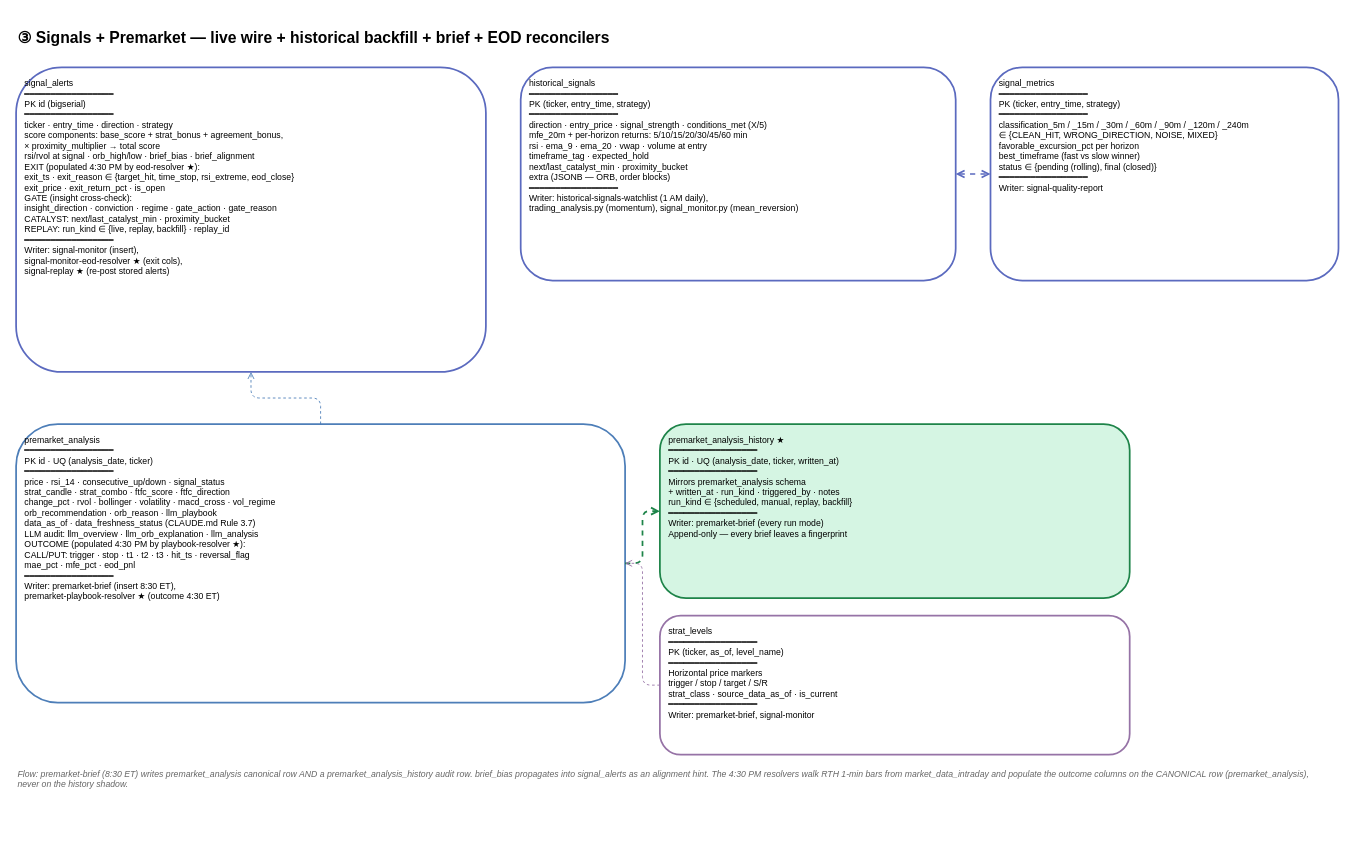
Earlier version of the draw.io diagram page "③ Signals + Premarket" (3 of 6) of ERD.drawio (TeneikaAskew/stocks). Source tidied: cells renumbered, new cells numbered last; positions are measured from the earlier drawing's top-left corner, leaving out a move shared by most shapes. Both pictures are drawn from the tidied source at 87%, with x=0, y=0 at pixel (16, 23).
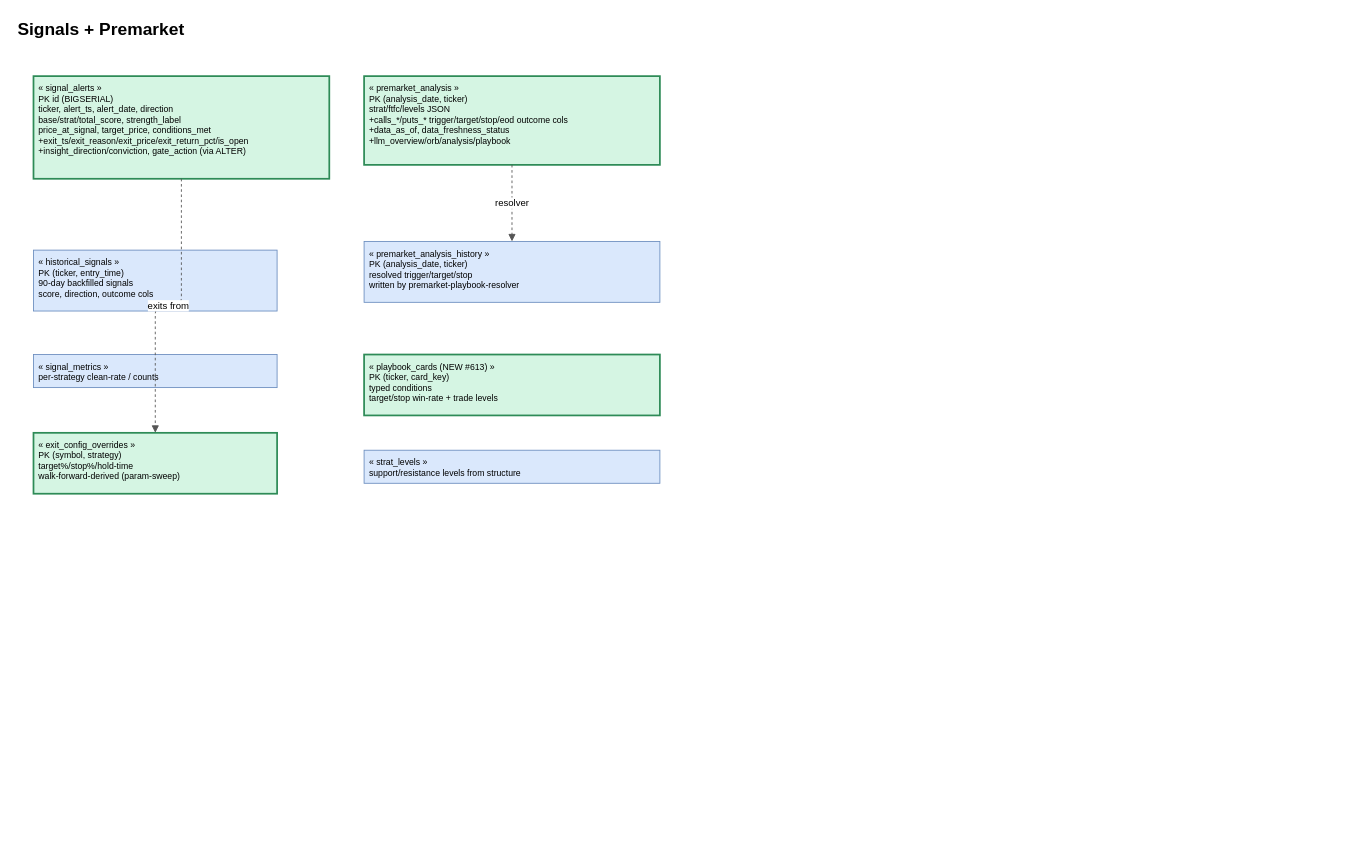
The same diagram, later.

What changed in the source:
```diff
@@
 <mxGraphModel>
   <root>
     <mxCell id="0" />
     <mxCell id="1" parent="0" />
-    <mxCell id="2" value="③ Signals + Premarket — live wire + historical backfill + brief + EOD reconcilers" style="text;html=1;strokeColor=none;fillColor=none;align=left;verticalAlign=middle;whiteSpace=wrap;rounded=0;fontSize=18;fontStyle=1;" parent="1" vertex="1">
-      <mxGeometry width="1520" height="32" as="geometry" />
-    </mxCell>
-    <mxCell id="3" value="signal_alerts&#10;━━━━━━━━━━━━━━━━━&#10;PK id (bigserial)&#10;━━━━━━━━━━━━━━━━━&#10;ticker · entry_time · direction · strategy&#10;score components: base_score + strat_bonus + agreement_bonus,&#10;  × proximity_multiplier → total score&#10;rsi/rvol at signal · orb_high/low · brief_bias · brief_alignment&#10;EXIT (populated 4:30 PM by eod-resolver ★):&#10;  exit_ts · exit_reason ∈ {target_hit, time_stop, rsi_extreme, eod_close}&#10;  exit_price · exit_return_pct · is_open&#10;GATE (insight cross-check):&#10;  insight_direction · conviction · regime · gate_action · gate_reason&#10;CATALYST: next/last_catalyst_min · proximity_bucket&#10;REPLAY: run_kind ∈ {live, replay, backfill} · replay_id&#10;━━━━━━━━━━━━━━━━━&#10;Writer: signal-monitor (insert),&#10;  signal-monitor-eod-resolver ★ (exit cols),&#10;  signal-replay ★ (re-post stored alerts)" style="rounded=1;whiteSpace=wrap;html=1;fillColor=#ffffff;strokeColor=#5b6abf;strokeWidth=2;fontSize=10;align=left;verticalAlign=top;spacingLeft=8;spacingTop=6;" parent="1" vertex="1">
-      <mxGeometry y="50" width="540" height="350" as="geometry" />
-    </mxCell>
-    <mxCell id="4" value="historical_signals&#10;━━━━━━━━━━━━━━━━━&#10;PK (ticker, entry_time, strategy)&#10;━━━━━━━━━━━━━━━━━&#10;direction · entry_price · signal_strength · conditions_met (X/5)&#10;mfe_20m + per-horizon returns: 5/10/15/20/30/45/60 min&#10;rsi · ema_9 · ema_20 · vwap · volume at entry&#10;timeframe_tag · expected_hold&#10;next/last_catalyst_min · proximity_bucket&#10;extra (JSONB — ORB, order blocks)&#10;━━━━━━━━━━━━━━━━━&#10;Writer: historical-signals-watchlist (1 AM daily),&#10;  trading_analysis.py (momentum), signal_monitor.py (mean_reversion)" style="rounded=1;whiteSpace=wrap;html=1;fillColor=#ffffff;strokeColor=#5b6abf;strokeWidth=2;fontSize=10;align=left;verticalAlign=top;spacingLeft=8;spacingTop=6;" parent="1" vertex="1">
-      <mxGeometry x="580" y="50" width="500" height="245" as="geometry" />
-    </mxCell>
-    <mxCell id="5" value="signal_metrics&#10;━━━━━━━━━━━━━━━━━&#10;PK (ticker, entry_time, strategy)&#10;━━━━━━━━━━━━━━━━━&#10;classification_5m / _15m / _30m / _60m / _90m / _120m / _240m&#10;  ∈ {CLEAN_HIT, WRONG_DIRECTION, NOISE, MIXED}&#10;favorable_excursion_pct per horizon&#10;best_timeframe (fast vs slow winner)&#10;status ∈ {pending (rolling), final (closed)}&#10;━━━━━━━━━━━━━━━━━&#10;Writer: signal-quality-report" style="rounded=1;whiteSpace=wrap;html=1;fillColor=#ffffff;strokeColor=#5b6abf;strokeWidth=2;fontSize=10;align=left;verticalAlign=top;spacingLeft=8;spacingTop=6;" parent="1" vertex="1">
-      <mxGeometry x="1120" y="50" width="400" height="245" as="geometry" />
-    </mxCell>
-    <mxCell id="6" value="premarket_analysis&#10;━━━━━━━━━━━━━━━━━&#10;PK id · UQ (analysis_date, ticker)&#10;━━━━━━━━━━━━━━━━━&#10;price · rsi_14 · consecutive_up/down · signal_status&#10;strat_candle · strat_combo · ftfc_score · ftfc_direction&#10;change_pct · rvol · bollinger · volatility · macd_cross · vol_regime&#10;orb_recommendation · orb_reason · llm_playbook&#10;data_as_of · data_freshness_status (CLAUDE.md Rule 3.7)&#10;LLM audit: llm_overview · llm_orb_explanation · llm_analysis&#10;OUTCOME (populated 4:30 PM by playbook-resolver ★):&#10;  CALL/PUT: trigger · stop · t1 · t2 · t3 · hit_ts · reversal_flag&#10;  mae_pct · mfe_pct · eod_pnl&#10;━━━━━━━━━━━━━━━━━&#10;Writer: premarket-brief (insert 8:30 ET),&#10;  premarket-playbook-resolver ★ (outcome 4:30 ET)" style="rounded=1;whiteSpace=wrap;html=1;fillColor=#ffffff;strokeColor=#4d7eb8;strokeWidth=2;fontSize=10;align=left;verticalAlign=top;spacingLeft=8;spacingTop=6;" parent="1" vertex="1">
-      <mxGeometry y="460" width="700" height="320" as="geometry" />
-    </mxCell>
-    <mxCell id="7" value="premarket_analysis_history  ★&#10;━━━━━━━━━━━━━━━━━&#10;PK id · UQ (analysis_date, ticker, written_at)&#10;━━━━━━━━━━━━━━━━━&#10;Mirrors premarket_analysis schema&#10;+ written_at · run_kind · triggered_by · notes&#10;run_kind ∈ {scheduled, manual, replay, backfill}&#10;━━━━━━━━━━━━━━━━━&#10;Writer: premarket-brief (every run mode)&#10;Append-only — every brief leaves a fingerprint" style="rounded=1;whiteSpace=wrap;html=1;fillColor=#d5f5e3;strokeColor=#1e8449;strokeWidth=2;fontSize=10;align=left;verticalAlign=top;spacingLeft=8;spacingTop=6;" parent="1" vertex="1">
-      <mxGeometry x="740" y="460" width="540" height="200" as="geometry" />
-    </mxCell>
-    <mxCell id="8" value="strat_levels&#10;━━━━━━━━━━━━━━━━━&#10;PK (ticker, as_of, level_name)&#10;━━━━━━━━━━━━━━━━━&#10;Horizontal price markers&#10;trigger / stop / target / S/R&#10;strat_class · source_data_as_of · is_current&#10;━━━━━━━━━━━━━━━━━&#10;Writer: premarket-brief, signal-monitor" style="rounded=1;whiteSpace=wrap;html=1;fillColor=#ffffff;strokeColor=#9673a6;strokeWidth=2;fontSize=10;align=left;verticalAlign=top;spacingLeft=8;spacingTop=6;" parent="1" vertex="1">
-      <mxGeometry x="740" y="680" width="540" height="160" as="geometry" />
-    </mxCell>
-    <mxCell id="9" style="endArrow=open;startArrow=open;html=1;edgeStyle=orthogonalEdgeStyle;rounded=1;strokeColor=#5b6abf;strokeWidth=2;dashed=1;" parent="1" edge="1" source="4" target="5">
-      <mxGeometry relative="1" as="geometry" />
-    </mxCell>
-    <mxCell id="10" style="endArrow=open;html=1;edgeStyle=orthogonalEdgeStyle;rounded=1;strokeColor=#1e8449;dashed=1;strokeWidth=2;" parent="1" edge="1" source="6" target="7">
-      <mxGeometry relative="1" as="geometry" />
-    </mxCell>
-    <mxCell id="11" style="endArrow=open;html=1;edgeStyle=orthogonalEdgeStyle;rounded=1;strokeColor=#9673a6;dashed=1;" parent="1" edge="1" source="8" target="6">
-      <mxGeometry relative="1" as="geometry" />
-    </mxCell>
-    <mxCell id="12" style="endArrow=open;html=1;edgeStyle=orthogonalEdgeStyle;rounded=1;strokeColor=#4d7eb8;dashed=1;" parent="1" edge="1" source="6" target="3">
-      <mxGeometry relative="1" as="geometry" />
-    </mxCell>
-    <mxCell id="13" value="Flow: premarket-brief (8:30 ET) writes premarket_analysis canonical row AND a premarket_analysis_history audit row. brief_bias propagates into signal_alerts as an alignment hint. The 4:30 PM resolvers walk RTH 1-min bars from market_data_intraday and populate the outcome columns on the CANONICAL row (premarket_analysis), never on the history shadow." style="text;html=1;strokeColor=none;fillColor=none;align=left;verticalAlign=top;whiteSpace=wrap;rounded=0;fontSize=10;fontColor=#666;fontStyle=2;" parent="1" vertex="1">
-      <mxGeometry y="850" width="1500" height="100" as="geometry" />
-    </mxCell>
+    <mxCell id="14" value="Signals + Premarket" style="text;html=1;strokeColor=none;fillColor=none;align=left;verticalAlign=middle;fontSize=20;fontStyle=1;" parent="1" vertex="1">
+      <mxGeometry y="-10" width="700" height="30" as="geometry" />
+    </mxCell>
+    <mxCell id="15" value="« signal_alerts »&lt;br&gt;PK id (BIGSERIAL)&lt;br&gt;ticker, alert_ts, alert_date, direction&lt;br&gt;base/strat/total_score, strength_label&lt;br&gt;price_at_signal, target_price, conditions_met&lt;br&gt;+exit_ts/exit_reason/exit_price/exit_return_pct/is_open&lt;br&gt;+insight_direction/conviction, gate_action (via ALTER)" style="rounded=0;whiteSpace=wrap;html=1;fillColor=#d5f5e3;strokeColor=#2e8b57;strokeWidth=2;align=left;verticalAlign=top;spacingLeft=4;spacingTop=2;fontSize=10;" parent="1" vertex="1">
+      <mxGeometry x="20" y="60" width="340" height="118" as="geometry" />
+    </mxCell>
+    <mxCell id="16" value="« historical_signals »&lt;br&gt;PK (ticker, entry_time)&lt;br&gt;90-day backfilled signals&lt;br&gt;score, direction, outcome cols" style="rounded=0;whiteSpace=wrap;html=1;fillColor=#dae8fc;strokeColor=#6c8ebf;align=left;verticalAlign=top;spacingLeft=4;spacingTop=2;fontSize=10;" parent="1" vertex="1">
+      <mxGeometry x="20" y="260" width="280" height="70" as="geometry" />
+    </mxCell>
+    <mxCell id="17" value="« signal_metrics »&lt;br&gt;per-strategy clean-rate / counts" style="rounded=0;whiteSpace=wrap;html=1;fillColor=#dae8fc;strokeColor=#6c8ebf;align=left;verticalAlign=top;spacingLeft=4;spacingTop=2;fontSize=10;" parent="1" vertex="1">
+      <mxGeometry x="20" y="380" width="280" height="38" as="geometry" />
+    </mxCell>
+    <mxCell id="18" value="« exit_config_overrides »&lt;br&gt;PK (symbol, strategy)&lt;br&gt;target%/stop%/hold-time&lt;br&gt;walk-forward-derived (param-sweep)" style="rounded=0;whiteSpace=wrap;html=1;fillColor=#d5f5e3;strokeColor=#2e8b57;strokeWidth=2;align=left;verticalAlign=top;spacingLeft=4;spacingTop=2;fontSize=10;" parent="1" vertex="1">
+      <mxGeometry x="20" y="470" width="280" height="70" as="geometry" />
+    </mxCell>
+    <mxCell id="19" value="« premarket_analysis »&lt;br&gt;PK (analysis_date, ticker)&lt;br&gt;strat/ftfc/levels JSON&lt;br&gt;+calls_*/puts_* trigger/target/stop/eod outcome cols&lt;br&gt;+data_as_of, data_freshness_status&lt;br&gt;+llm_overview/orb/analysis/playbook" style="rounded=0;whiteSpace=wrap;html=1;fillColor=#d5f5e3;strokeColor=#2e8b57;strokeWidth=2;align=left;verticalAlign=top;spacingLeft=4;spacingTop=2;fontSize=10;" parent="1" vertex="1">
+      <mxGeometry x="400" y="60" width="340" height="102" as="geometry" />
+    </mxCell>
+    <mxCell id="20" value="« premarket_analysis_history »&lt;br&gt;PK (analysis_date, ticker)&lt;br&gt;resolved trigger/target/stop&lt;br&gt;written by premarket-playbook-resolver" style="rounded=0;whiteSpace=wrap;html=1;fillColor=#dae8fc;strokeColor=#6c8ebf;align=left;verticalAlign=top;spacingLeft=4;spacingTop=2;fontSize=10;" parent="1" vertex="1">
+      <mxGeometry x="400" y="250" width="340" height="70" as="geometry" />
+    </mxCell>
+    <mxCell id="21" value="« playbook_cards  (NEW #613) »&lt;br&gt;PK (ticker, card_key)&lt;br&gt;typed conditions&lt;br&gt;target/stop win-rate + trade levels" style="rounded=0;whiteSpace=wrap;html=1;fillColor=#d5f5e3;strokeColor=#2e8b57;strokeWidth=2;align=left;verticalAlign=top;spacingLeft=4;spacingTop=2;fontSize=10;" parent="1" vertex="1">
+      <mxGeometry x="400" y="380" width="340" height="70" as="geometry" />
+    </mxCell>
+    <mxCell id="22" value="« strat_levels »&lt;br&gt;support/resistance levels from structure" style="rounded=0;whiteSpace=wrap;html=1;fillColor=#dae8fc;strokeColor=#6c8ebf;align=left;verticalAlign=top;spacingLeft=4;spacingTop=2;fontSize=10;" parent="1" vertex="1">
+      <mxGeometry x="400" y="490" width="340" height="38" as="geometry" />
+    </mxCell>
+    <mxCell id="23" value="exits from" style="edgeStyle=orthogonalEdgeStyle;rounded=1;html=1;endArrow=block;strokeColor=#555555;dashed=1;" parent="1" edge="1" source="15" target="18">
+      <mxGeometry relative="1" as="geometry" />
+    </mxCell>
+    <mxCell id="24" value="resolver" style="edgeStyle=orthogonalEdgeStyle;rounded=1;html=1;endArrow=block;strokeColor=#555555;dashed=1;" parent="1" edge="1" source="19" target="20">
+      <mxGeometry relative="1" as="geometry" />
+    </mxCell>
   </root>
 </mxGraphModel>
```
